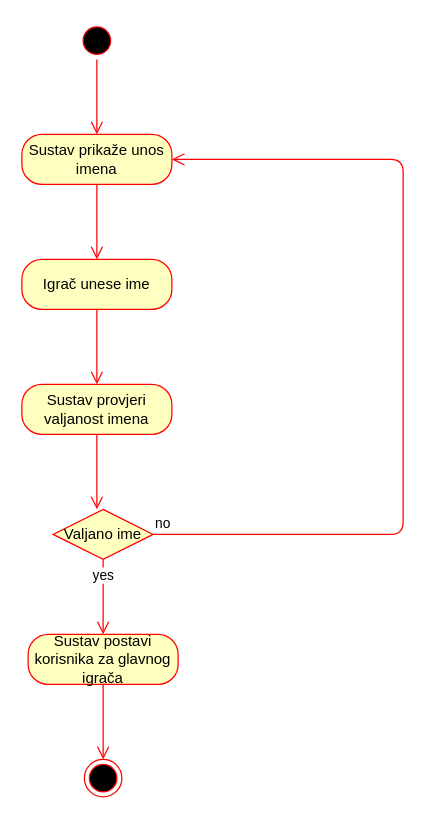
NinaMaretic/Solitaire keeps this draw.io diagram as page "Dijagram podaktivnosti unosa igrača" (3 of 4) of dijagram.drawio. Above is the earlier version. Source tidied: cells renumbered, new cells numbered last; positions are measured from the earlier drawing's top-left corner, leaving out a move shared by most shapes. Both pictures are drawn from the tidied source at 125%, with x=0, y=0 at pixel (21, 21).
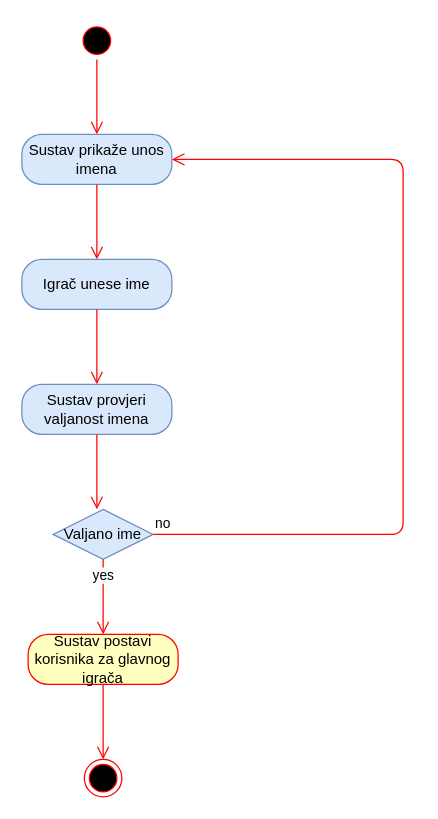
Above is the later version.

Diff of the diagram source:
```diff
@@
-    <mxCell id="4" value="Sustav prikaže unos imena" style="rounded=1;whiteSpace=wrap;html=1;arcSize=40;fontColor=#000000;fillColor=#ffffc0;strokeColor=#ff0000;" parent="1" vertex="1">
+    <mxCell id="4" value="Sustav prikaže unos imena" style="rounded=1;whiteSpace=wrap;html=1;arcSize=40;fillColor=#dae8fc;strokeColor=#6c8ebf;" parent="1" vertex="1">
       <mxGeometry y="90" width="120" height="40" as="geometry" />
     </mxCell>
@@
-    <mxCell id="6" value="Igrač unese ime" style="rounded=1;whiteSpace=wrap;html=1;arcSize=40;fontColor=#000000;fillColor=#ffffc0;strokeColor=#ff0000;" parent="1" vertex="1">
+    <mxCell id="6" value="Igrač unese ime" style="rounded=1;whiteSpace=wrap;html=1;arcSize=40;fillColor=#dae8fc;strokeColor=#6c8ebf;" parent="1" vertex="1">
       <mxGeometry y="190" width="120" height="40" as="geometry" />
     </mxCell>
@@
-    <mxCell id="8" value="Sustav provjeri valjanost imena" style="rounded=1;whiteSpace=wrap;html=1;arcSize=40;fontColor=#000000;fillColor=#ffffc0;strokeColor=#ff0000;" parent="1" vertex="1">
+    <mxCell id="8" value="Sustav provjeri valjanost imena" style="rounded=1;whiteSpace=wrap;html=1;arcSize=40;fillColor=#dae8fc;strokeColor=#6c8ebf;" parent="1" vertex="1">
       <mxGeometry y="290" width="120" height="40" as="geometry" />
     </mxCell>
@@
-    <mxCell id="10" value="Valjano ime" style="rhombus;whiteSpace=wrap;html=1;fillColor=#ffffc0;strokeColor=#ff0000;" parent="1" vertex="1">
+    <mxCell id="10" value="Valjano ime" style="rhombus;whiteSpace=wrap;html=1;fillColor=#dae8fc;strokeColor=#6c8ebf;" parent="1" vertex="1">
       <mxGeometry x="25" y="390" width="80" height="40" as="geometry" />
     </mxCell>
```
